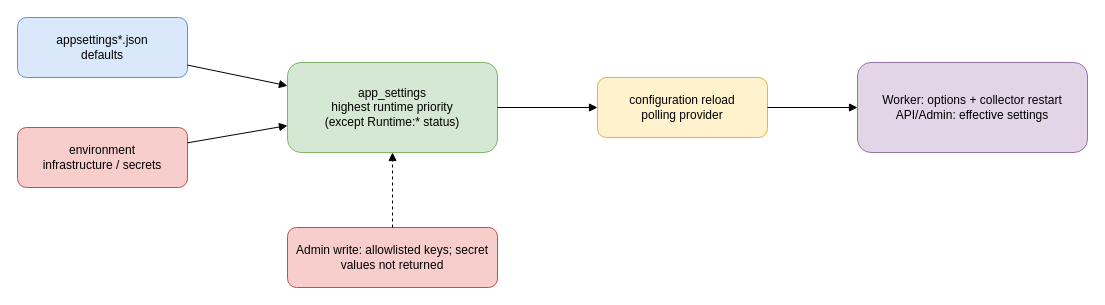
Above: docs/diagrams/runtime-configuration.drawio in sql-monk/Puluj-g (draw.io), before the change. Source tidied: cells renumbered, new cells numbered last; positions are measured from the earlier drawing's top-left corner, leaving out a move shared by most shapes. Both pictures are drawn from the tidied source at 100%, with x=0, y=0 at pixel (17, 17).
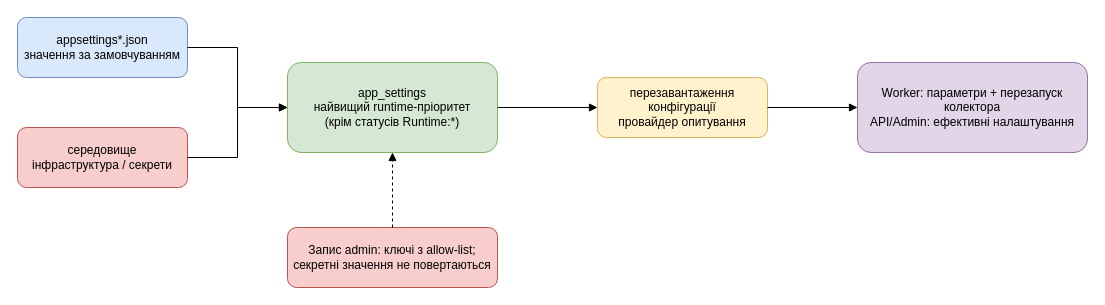
Above is the later version.

Diff of the diagram source:
```diff
@@
 <mxGraphModel>
   <root>
     <mxCell id="0" />
     <mxCell id="1" parent="0" />
-    <mxCell id="2" value="appsettings*.json&#10;defaults" style="rounded=1;whiteSpace=wrap;html=1;fillColor=#dae8fc;strokeColor=#6c8ebf;" parent="1" vertex="1">
+    <mxCell id="2" value="appsettings*.json&#10;значення за замовчуванням" style="rounded=1;whiteSpace=wrap;html=1;fillColor=#dae8fc;strokeColor=#6c8ebf;" parent="1" vertex="1">
       <mxGeometry width="170" height="60" as="geometry" />
     </mxCell>
-    <mxCell id="3" value="environment&#10;infrastructure / secrets" style="rounded=1;whiteSpace=wrap;html=1;fillColor=#f8cecc;strokeColor=#b85450;" parent="1" vertex="1">
+    <mxCell id="3" value="середовище&#10;інфраструктура / секрети" style="rounded=1;whiteSpace=wrap;html=1;fillColor=#f8cecc;strokeColor=#b85450;" parent="1" vertex="1">
       <mxGeometry y="110" width="170" height="60" as="geometry" />
     </mxCell>
-    <mxCell id="4" value="app_settings&#10;highest runtime priority&#10;(except Runtime:* status)" style="rounded=1;whiteSpace=wrap;html=1;fillColor=#d5e8d4;strokeColor=#82b366;" parent="1" vertex="1">
+    <mxCell id="4" value="app_settings&#10;найвищий runtime-пріоритет&#10;(крім статусів Runtime:*)" style="rounded=1;whiteSpace=wrap;html=1;fillColor=#d5e8d4;strokeColor=#82b366;" parent="1" vertex="1">
       <mxGeometry x="270" y="45" width="210" height="90" as="geometry" />
     </mxCell>
-    <mxCell id="5" value="configuration reload&#10;polling provider" style="rounded=1;whiteSpace=wrap;html=1;fillColor=#fff2cc;strokeColor=#d6b656;" parent="1" vertex="1">
+    <mxCell id="5" value="перезавантаження конфігурації&#10;провайдер опитування" style="rounded=1;whiteSpace=wrap;html=1;fillColor=#fff2cc;strokeColor=#d6b656;" parent="1" vertex="1">
       <mxGeometry x="580" y="60" width="170" height="60" as="geometry" />
     </mxCell>
-    <mxCell id="6" value="Worker: options + collector restart&#10;API/Admin: effective settings" style="rounded=1;whiteSpace=wrap;html=1;fillColor=#e1d5e7;strokeColor=#9673a6;" parent="1" vertex="1">
+    <mxCell id="6" value="Worker: параметри + перезапуск колектора&#10;API/Admin: ефективні налаштування" style="rounded=1;whiteSpace=wrap;html=1;fillColor=#e1d5e7;strokeColor=#9673a6;" parent="1" vertex="1">
       <mxGeometry x="840" y="45" width="230" height="90" as="geometry" />
     </mxCell>
-    <mxCell id="7" value="Admin write: allowlisted keys; secret values not returned" style="rounded=1;whiteSpace=wrap;html=1;fillColor=#f8cecc;strokeColor=#b85450;" parent="1" vertex="1">
+    <mxCell id="7" value="Запис admin: ключі з allow-list; секретні значення не повертаються" style="rounded=1;whiteSpace=wrap;html=1;fillColor=#f8cecc;strokeColor=#b85450;" parent="1" vertex="1">
       <mxGeometry x="270" y="210" width="210" height="60" as="geometry" />
     </mxCell>
-    <mxCell id="8" style="endArrow=block;html=1;" parent="1" edge="1" source="2" target="4">
+    <mxCell id="8" style="edgeStyle=orthogonalEdgeStyle;rounded=0;endArrow=block;html=1;" parent="1" edge="1" source="2" target="4">
       <mxGeometry relative="1" as="geometry" />
     </mxCell>
-    <mxCell id="9" style="endArrow=block;html=1;" parent="1" edge="1" source="3" target="4">
+    <mxCell id="9" style="edgeStyle=orthogonalEdgeStyle;rounded=0;endArrow=block;html=1;" parent="1" edge="1" source="3" target="4">
       <mxGeometry relative="1" as="geometry" />
     </mxCell>
-    <mxCell id="10" style="endArrow=block;html=1;" parent="1" edge="1" source="4" target="5">
+    <mxCell id="10" style="edgeStyle=orthogonalEdgeStyle;rounded=0;endArrow=block;html=1;" parent="1" edge="1" source="4" target="5">
       <mxGeometry relative="1" as="geometry" />
     </mxCell>
-    <mxCell id="11" style="endArrow=block;html=1;" parent="1" edge="1" source="5" target="6">
+    <mxCell id="11" style="edgeStyle=orthogonalEdgeStyle;rounded=0;endArrow=block;html=1;" parent="1" edge="1" source="5" target="6">
       <mxGeometry relative="1" as="geometry" />
     </mxCell>
-    <mxCell id="12" style="endArrow=block;html=1;dashed=1;" parent="1" edge="1" source="7" target="4">
+    <mxCell id="12" style="edgeStyle=orthogonalEdgeStyle;rounded=0;endArrow=block;html=1;dashed=1;" parent="1" edge="1" source="7" target="4">
       <mxGeometry relative="1" as="geometry" />
     </mxCell>
   </root>
 </mxGraphModel>
```
